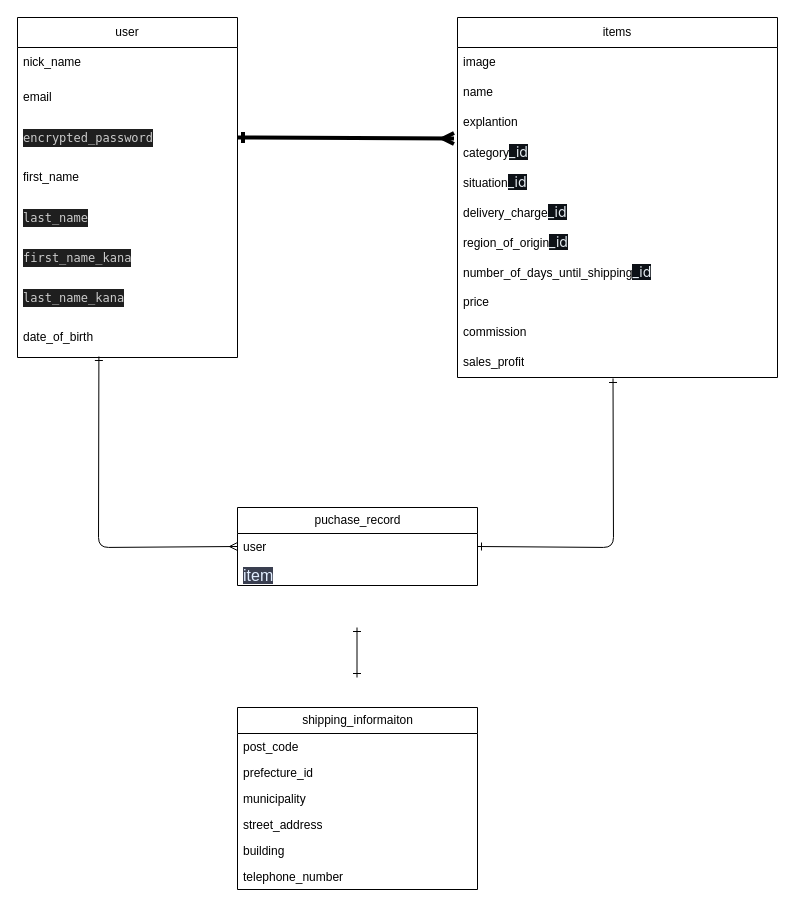
Ryuuichiro07/furima-40395 keeps this draw.io diagram as furima.dio. Above is the earlier version. Source tidied: cells renumbered, new cells numbered last; positions are measured from the earlier drawing's top-left corner, leaving out a move shared by most shapes. Both pictures are drawn from the tidied source at 100%, with x=0, y=0 at pixel (17, 17).
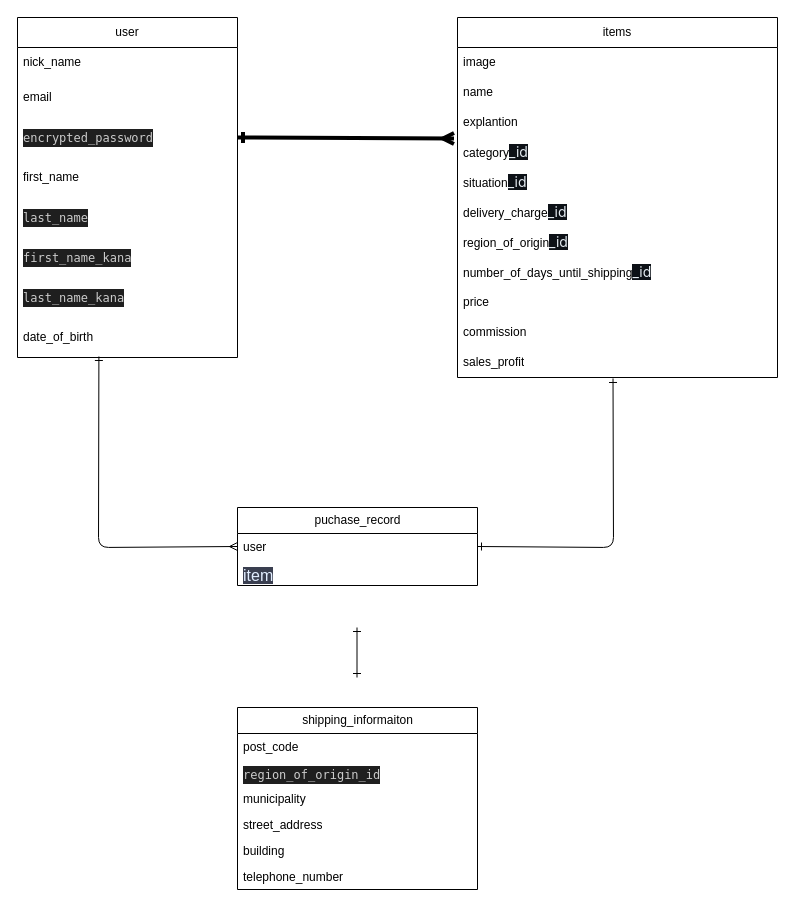
The same page after the edit.

The change refers to these unchanged cells:
```xml
<mxCell id="28" value="shipping_informaiton" style="swimlane;fontStyle=0;horizontal=1;startSize=26;fillColor=none;html=1;" parent="1" vertex="1">
  <mxGeometry x="220" y="690" width="240" height="182" as="geometry" />
</mxCell>
```

Diff of the diagram source:
```diff
@@
-    <mxCell id="30" value="prefecture_id" style="text;strokeColor=none;fillColor=none;align=left;verticalAlign=top;spacingLeft=4;spacingRight=4;overflow=hidden;whiteSpace=wrap;html=1;" parent="28" vertex="1">
+    <mxCell id="30" value="&lt;div style=&quot;color: rgb(204, 204, 204); background-color: rgb(31, 31, 31); font-family: Menlo, Monaco, &amp;quot;Courier New&amp;quot;, monospace; line-height: 18px;&quot;&gt;region_of_origin_id&lt;/div&gt;" style="text;strokeColor=none;fillColor=none;align=left;verticalAlign=top;spacingLeft=4;spacingRight=4;overflow=hidden;whiteSpace=wrap;html=1;" parent="28" vertex="1">
       <mxGeometry y="52" width="240" height="26" as="geometry" />
     </mxCell>
```
